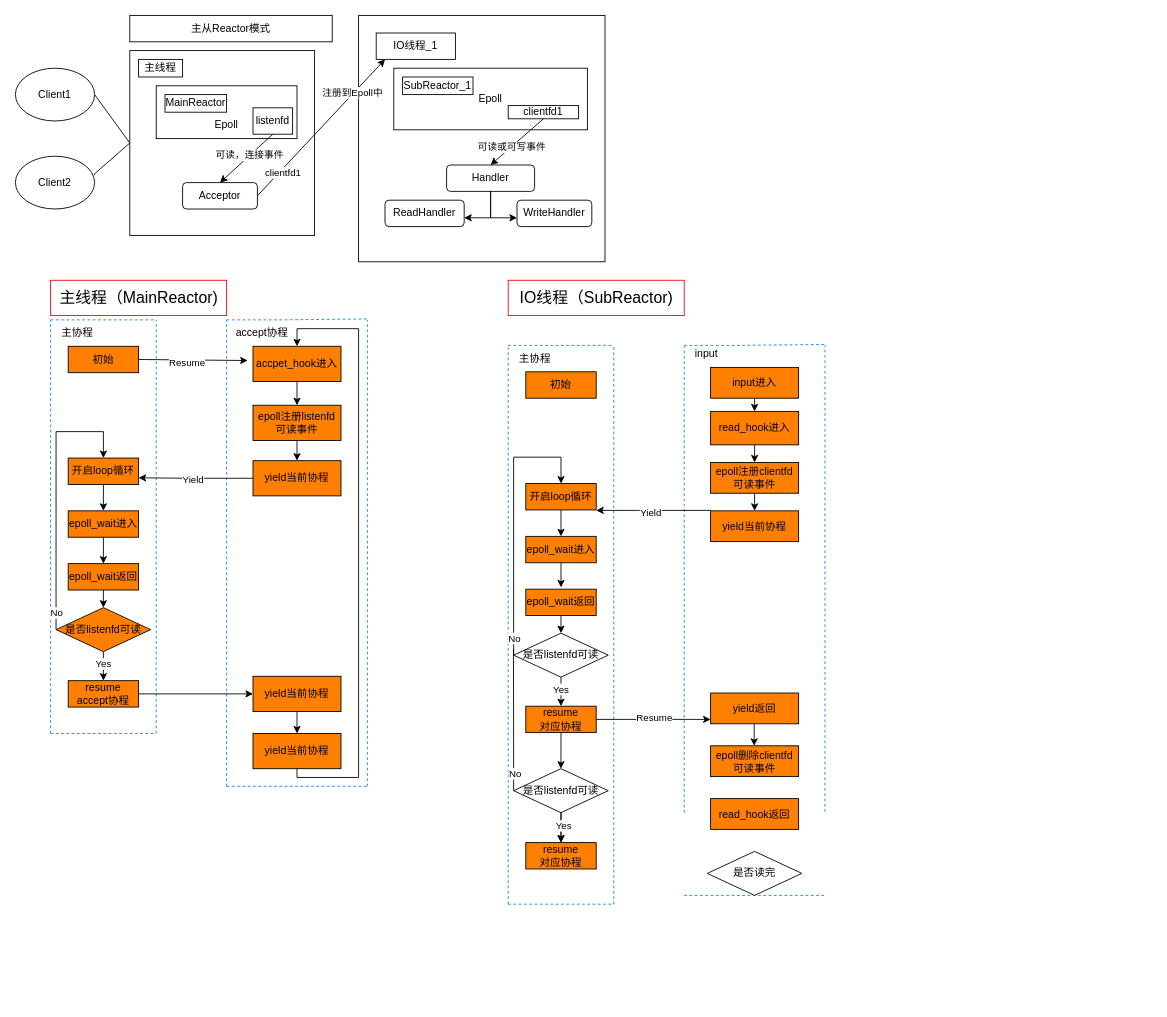
Before: 项目运行截图/未命名绘图.drawio in ykangZhang/Face-recognition, a draw.io diagram. Source tidied: cells renumbered, new cells numbered last; positions are measured from the earlier drawing's top-left corner, leaving out a move shared by most shapes. Both pictures are drawn from the tidied source at 88%, with x=0, y=0 at pixel (15, 15).
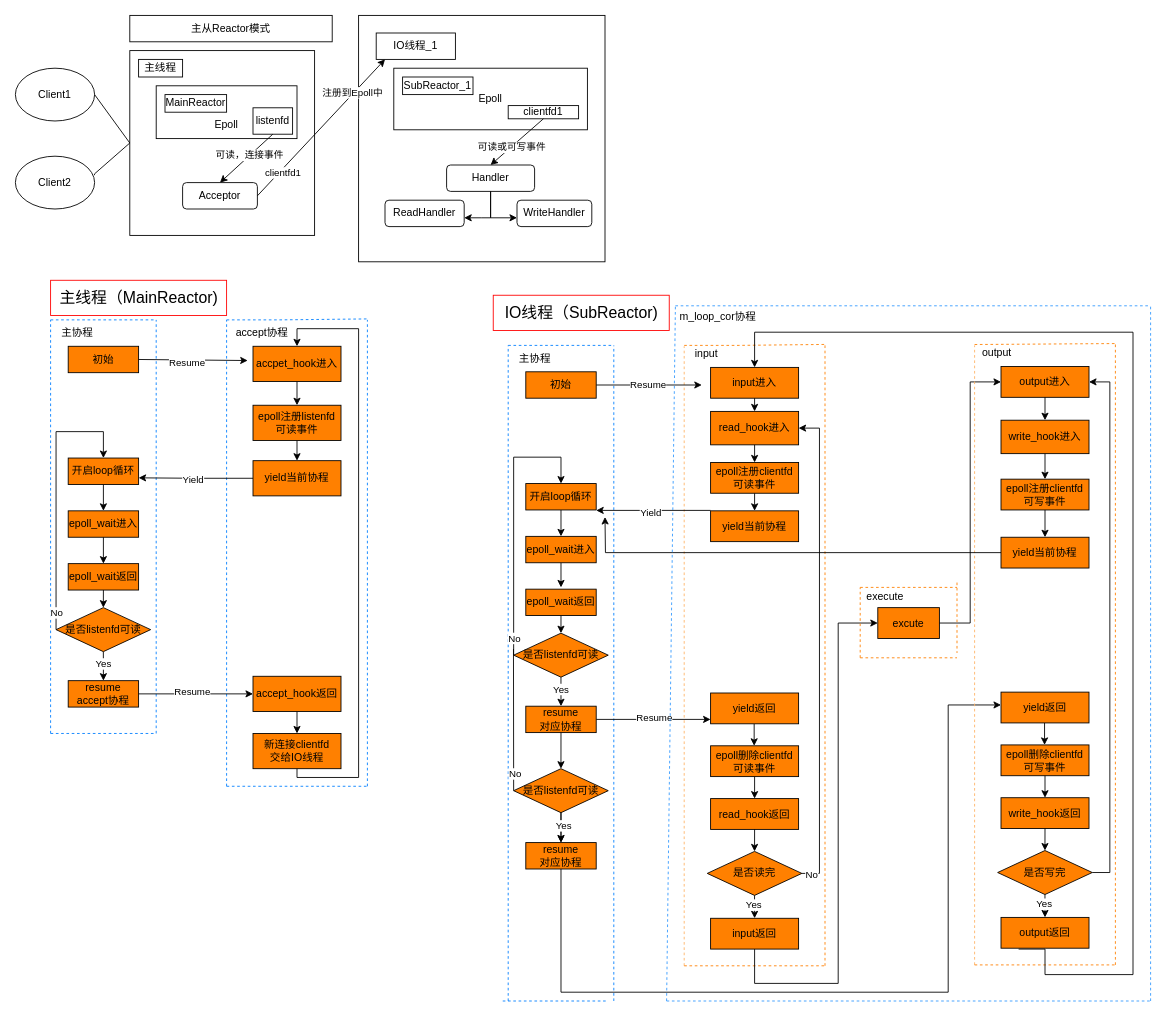
The same page after the edit.

Commit message (it also covers changes not shown here):
更新未命名绘图.drawio

Unchanged cells that the change refers to:
```xml
<mxCell id="59" style="edgeStyle=orthogonalEdgeStyle;rounded=0;jettySize=auto;html=1;exitX=1;exitY=0.5;exitDx=0;exitDy=0;entryX=0;entryY=0.5;entryDx=0;entryDy=0;" parent="1" edge="1" source="60" target="62">
  <mxGeometry relative="1" as="geometry" />
</mxCell>
<mxCell id="75" value="初始" style="rounded=0;whiteSpace=wrap;html=1;fillColor=#FF8000;" parent="1" vertex="1">
  <mxGeometry x="580" y="405" width="80" height="30" as="geometry" />
</mxCell>
<mxCell id="76" value="input进入" style="whiteSpace=wrap;html=1;fillColor=#FF8000;" parent="1" vertex="1">
  <mxGeometry x="790" y="400" width="100" height="35" as="geometry" />
</mxCell>
<mxCell id="104" value="read_hook进入" style="whiteSpace=wrap;html=1;fillColor=#FF8000;" parent="1" vertex="1">
  <mxGeometry x="790" y="450" width="100" height="38" as="geometry" />
</mxCell>
<mxCell id="111" value="epoll删除clientfd&lt;br&gt;可读事件" style="whiteSpace=wrap;html=1;fillColor=#FF8000;" parent="1" vertex="1">
  <mxGeometry x="790" y="830" width="100" height="35" as="geometry" />
</mxCell>
<mxCell id="112" value="read_hook返回" style="whiteSpace=wrap;html=1;fillColor=#FF8000;" parent="1" vertex="1">
  <mxGeometry x="790" y="890" width="100" height="35" as="geometry" />
</mxCell>
```

Change to the diagram source:
```diff
@@
+    <mxCell id="117" value="Resume&lt;br&gt;" style="edgeLabel;html=1;align=center;verticalAlign=middle;" parent="59" vertex="1">
+      <mxGeometry x="-0.08" y="3" relative="1" as="geometry" />
+    </mxCell>
@@
-    <mxCell id="62" value="yield当前协程" style="whiteSpace=wrap;html=1;fillColor=#FF8000;" parent="1" vertex="1">
+    <mxCell id="62" value="accept_hook返回" style="whiteSpace=wrap;html=1;fillColor=#FF8000;" parent="1" vertex="1">
       <mxGeometry x="270" y="751" width="100" height="40" as="geometry" />
     </mxCell>
@@
-    <mxCell id="64" value="yield当前协程" style="whiteSpace=wrap;html=1;fillColor=#FF8000;" parent="1" vertex="1">
+    <mxCell id="64" value="新连接clientfd&lt;br&gt;交给IO线程" style="whiteSpace=wrap;html=1;fillColor=#FF8000;" parent="1" vertex="1">
       <mxGeometry x="270" y="816" width="100" height="40" as="geometry" />
     </mxCell>
@@
     <mxCell id="66" style="endArrow=none;dashed=1;html=1;rounded=0;strokeColor=#007FFF;" parent="1" edge="1">
       <mxGeometry relative="1" as="geometry">
-        <mxPoint x="560" y="1010" as="sourcePoint" />
+        <mxPoint x="560" y="1120" as="sourcePoint" />
         <mxPoint x="560" y="375" as="targetPoint" />
       </mxGeometry>
     </mxCell>
     <mxCell id="67" style="endArrow=none;dashed=1;html=1;rounded=0;strokeColor=#007FFF;" parent="1" edge="1">
       <mxGeometry relative="1" as="geometry">
-        <mxPoint x="560" y="1010" as="sourcePoint" />
-        <mxPoint x="680" y="1010" as="targetPoint" />
+        <mxPoint x="553.8" y="1120" as="sourcePoint" />
+        <mxPoint x="673.8" y="1120" as="targetPoint" />
       </mxGeometry>
     </mxCell>
     <mxCell id="68" style="endArrow=none;dashed=1;html=1;rounded=0;fillColor=#00FFFF;strokeColor=#007FFF;" parent="1" edge="1">
       <mxGeometry relative="1" as="geometry">
-        <mxPoint x="680" y="1010" as="sourcePoint" />
+        <mxPoint x="680" y="1120" as="sourcePoint" />
         <mxPoint x="680" y="375" as="targetPoint" />
       </mxGeometry>
     </mxCell>
@@
-    <mxCell id="70" style="endArrow=none;dashed=1;html=1;rounded=0;strokeColor=#007FFF;" parent="1" edge="1">
+    <mxCell id="70" style="endArrow=none;dashed=1;html=1;rounded=0;strokeColor=#FFB366;" parent="1" edge="1">
       <mxGeometry relative="1" as="geometry">
-        <mxPoint x="760" y="906" as="sourcePoint" />
+        <mxPoint x="760" y="1080" as="sourcePoint" />
         <mxPoint x="760" y="376" as="targetPoint" />
       </mxGeometry>
     </mxCell>
-    <mxCell id="71" style="endArrow=none;dashed=1;html=1;rounded=0;fillColor=#00FFFF;strokeColor=#007FFF;" parent="1" edge="1">
+    <mxCell id="71" style="endArrow=none;dashed=1;html=1;rounded=0;fillColor=#00FFFF;strokeColor=#FF8000;" parent="1" edge="1">
       <mxGeometry relative="1" as="geometry">
-        <mxPoint x="920" y="905" as="sourcePoint" />
+        <mxPoint x="920" y="1080" as="sourcePoint" />
         <mxPoint x="920" y="375" as="targetPoint" />
       </mxGeometry>
     </mxCell>
-    <mxCell id="72" style="endArrow=none;dashed=1;html=1;rounded=0;strokeColor=#007FFF;entryX=0.039;entryY=0.996;entryDx=0;entryDy=0;entryPerimeter=0;" parent="1" edge="1">
+    <mxCell id="72" style="endArrow=none;dashed=1;html=1;rounded=0;strokeColor=#FF8000;entryX=0.039;entryY=0.996;entryDx=0;entryDy=0;entryPerimeter=0;" parent="1" edge="1">
       <mxGeometry relative="1" as="geometry">
         <mxPoint x="760" y="375" as="sourcePoint" />
         <mxPoint x="920.9" y="373.9" as="targetPoint" />
         <Array as="points">
           <mxPoint x="820" y="375" />
         </Array>
       </mxGeometry>
     </mxCell>
-    <mxCell id="73" style="endArrow=none;dashed=1;html=1;rounded=0;strokeColor=#007FFF;" parent="1" edge="1">
+    <mxCell id="73" style="endArrow=none;dashed=1;html=1;rounded=0;strokeColor=#FF8000;" parent="1" edge="1">
       <mxGeometry relative="1" as="geometry">
-        <mxPoint x="760" y="1000" as="sourcePoint" />
-        <mxPoint x="920" y="1000" as="targetPoint" />
+        <mxPoint x="760" y="1080" as="sourcePoint" />
+        <mxPoint x="920" y="1080" as="targetPoint" />
       </mxGeometry>
     </mxCell>
@@
+    <mxCell id="118" style="edgeStyle=orthogonalEdgeStyle;rounded=0;jettySize=auto;html=1;exitX=1;exitY=0.5;exitDx=0;exitDy=0;" parent="1" edge="1" source="75">
+      <mxGeometry relative="1" as="geometry">
+        <mxPoint x="780" y="420" as="targetPoint" />
+      </mxGeometry>
+    </mxCell>
+    <mxCell id="119" value="Resume" style="edgeLabel;html=1;align=center;verticalAlign=middle;" parent="118" vertex="1">
+      <mxGeometry x="-0.03" y="1" relative="1" as="geometry" />
+    </mxCell>
@@
-    <mxCell id="90" value="是否listenfd可读" style="rhombus;whiteSpace=wrap;html=1;" parent="1" vertex="1">
+    <mxCell id="90" value="是否listenfd可读" style="rhombus;whiteSpace=wrap;html=1;fillColor=#FF8000;" parent="1" vertex="1">
       <mxGeometry x="566.2" y="702" width="107.5" height="50" as="geometry" />
     </mxCell>
@@
     <mxCell id="96" value="&lt;font style=&quot;font-size: 18px;&quot;&gt;IO线程（SubReactor)&lt;/font&gt;" style="text;html=1;align=center;verticalAlign=middle;strokeColor=#FF0000;fillColor=none;" parent="1" vertex="1">
-      <mxGeometry x="560" y="301" width="200" height="40" as="geometry" />
+      <mxGeometry x="543" y="318" width="200" height="40" as="geometry" />
     </mxCell>
@@
-    <mxCell id="98" value="是否listenfd可读" style="rhombus;whiteSpace=wrap;html=1;" parent="1" vertex="1">
+    <mxCell id="98" value="是否listenfd可读" style="rhombus;whiteSpace=wrap;html=1;fillColor=#FF8000;" parent="1" vertex="1">
       <mxGeometry x="566.2" y="856" width="107.5" height="50" as="geometry" />
     </mxCell>
@@
+    <mxCell id="120" style="edgeStyle=orthogonalEdgeStyle;rounded=0;orthogonalLoop=1;jettySize=auto;html=1;exitX=0.5;exitY=1;exitDx=0;exitDy=0;entryX=0;entryY=0.75;entryDx=0;entryDy=0;" parent="1" edge="1">
+      <mxGeometry relative="1" as="geometry">
+        <mxPoint x="620" y="958.4" as="sourcePoint" />
+        <mxPoint x="1120" y="783.6" as="targetPoint" />
+        <Array as="points">
+          <mxPoint x="620" y="1110" />
+          <mxPoint x="1060" y="1110" />
+          <mxPoint x="1060" y="784" />
+        </Array>
+      </mxGeometry>
+    </mxCell>
@@
+    <mxCell id="121" style="edgeStyle=orthogonalEdgeStyle;rounded=0;jettySize=auto;html=1;exitX=1;exitY=0.5;exitDx=0;exitDy=0;entryX=1;entryY=0.5;entryDx=0;entryDy=0;" parent="1" edge="1" source="113" target="104">
+      <mxGeometry relative="1" as="geometry" />
+    </mxCell>
+    <mxCell id="122" value="No" style="edgeLabel;html=1;align=center;verticalAlign=middle;" parent="121" vertex="1">
+      <mxGeometry x="-0.96" y="-1" relative="1" as="geometry" />
+    </mxCell>
-    <mxCell id="113" value="是否读完" style="rhombus;whiteSpace=wrap;html=1;" parent="1" vertex="1">
+    <mxCell id="113" value="是否读完" style="rhombus;whiteSpace=wrap;html=1;fillColor=#FF8000;" parent="1" vertex="1">
       <mxGeometry x="786.2" y="950" width="107.5" height="50" as="geometry" />
     </mxCell>
@@
+    <mxCell id="123" style="endArrow=classic;html=1;rounded=0;exitX=0.5;exitY=1;exitDx=0;exitDy=0;entryX=0.5;entryY=0;entryDx=0;entryDy=0;" parent="1" edge="1" source="112" target="113">
+      <mxGeometry relative="1" as="geometry" />
+    </mxCell>
+    <mxCell id="124" style="endArrow=classic;html=1;rounded=0;exitX=0.5;exitY=1;exitDx=0;exitDy=0;entryX=0.5;entryY=0;entryDx=0;entryDy=0;" parent="1" edge="1" source="111" target="112">
+      <mxGeometry relative="1" as="geometry" />
+    </mxCell>
+    <mxCell id="125" style="edgeStyle=orthogonalEdgeStyle;rounded=0;jettySize=auto;html=1;exitX=0.5;exitY=1;exitDx=0;exitDy=0;entryX=0;entryY=0.5;entryDx=0;entryDy=0;" parent="1" edge="1" source="126" target="130">
+      <mxGeometry relative="1" as="geometry">
+        <Array as="points">
+          <mxPoint x="840" y="1100" />
+          <mxPoint x="935" y="1100" />
+          <mxPoint x="935" y="691" />
+        </Array>
+      </mxGeometry>
+    </mxCell>
+    <mxCell id="126" value="input返回" style="whiteSpace=wrap;html=1;fillColor=#FF8000;" parent="1" vertex="1">
+      <mxGeometry x="790" y="1026" width="100" height="35" as="geometry" />
+    </mxCell>
+    <mxCell id="127" style="endArrow=classic;html=1;rounded=0;exitX=0.5;exitY=1;exitDx=0;exitDy=0;entryX=0.5;entryY=0;entryDx=0;entryDy=0;" parent="1" edge="1" source="113" target="126">
+      <mxGeometry relative="1" as="geometry" />
+    </mxCell>
+    <mxCell id="128" value="Yes" style="edgeLabel;html=1;align=center;verticalAlign=middle;" parent="127" vertex="1">
+      <mxGeometry x="-0.23" y="-1" relative="1" as="geometry" />
+    </mxCell>
+    <mxCell id="129" style="edgeStyle=orthogonalEdgeStyle;rounded=0;jettySize=auto;html=1;exitX=1;exitY=0.5;exitDx=0;exitDy=0;entryX=0;entryY=0.5;entryDx=0;entryDy=0;" parent="1" edge="1" source="130" target="140">
+      <mxGeometry relative="1" as="geometry" />
+    </mxCell>
+    <mxCell id="130" value="excute" style="whiteSpace=wrap;html=1;fillColor=#FF8000;" parent="1" vertex="1">
+      <mxGeometry x="980" y="673" width="70" height="35" as="geometry" />
+    </mxCell>
+    <mxCell id="131" style="endArrow=none;dashed=1;html=1;rounded=0;strokeColor=#FF8000;" parent="1" edge="1">
+      <mxGeometry relative="1" as="geometry">
+        <mxPoint x="960" y="730" as="sourcePoint" />
+        <mxPoint x="960" y="650" as="targetPoint" />
+      </mxGeometry>
+    </mxCell>
+    <mxCell id="132" style="endArrow=none;dashed=1;html=1;rounded=0;strokeColor=#FF8000;" parent="1" edge="1">
+      <mxGeometry relative="1" as="geometry">
+        <mxPoint x="960" y="730" as="sourcePoint" />
+        <mxPoint x="1070" y="730" as="targetPoint" />
+      </mxGeometry>
+    </mxCell>
+    <mxCell id="133" style="endArrow=none;dashed=1;html=1;rounded=0;strokeColor=#FF8000;" parent="1" edge="1">
+      <mxGeometry relative="1" as="geometry">
+        <mxPoint x="1070" y="644.5" as="sourcePoint" />
+        <mxPoint x="1070" y="724.5" as="targetPoint" />
+      </mxGeometry>
+    </mxCell>
+    <mxCell id="134" style="endArrow=none;dashed=1;html=1;rounded=0;strokeColor=#FF8000;" parent="1" edge="1">
+      <mxGeometry relative="1" as="geometry">
+        <mxPoint x="960" y="650" as="sourcePoint" />
+        <mxPoint x="1070" y="650" as="targetPoint" />
+      </mxGeometry>
+    </mxCell>
+    <mxCell id="135" value="execute" style="text;html=1;align=center;verticalAlign=middle;strokeColor=none;fillColor=none;" parent="1" vertex="1">
+      <mxGeometry x="953" y="646" width="70" height="30" as="geometry" />
+    </mxCell>
+    <mxCell id="136" style="endArrow=none;dashed=1;html=1;rounded=0;strokeColor=#FFB366;" parent="1" edge="1">
+      <mxGeometry relative="1" as="geometry">
+        <mxPoint x="1090" y="1079" as="sourcePoint" />
+        <mxPoint x="1090" y="375" as="targetPoint" />
+      </mxGeometry>
+    </mxCell>
+    <mxCell id="137" style="endArrow=none;dashed=1;html=1;rounded=0;fillColor=#00FFFF;strokeColor=#FF8000;" parent="1" edge="1">
+      <mxGeometry relative="1" as="geometry">
+        <mxPoint x="1250" y="1079" as="sourcePoint" />
+        <mxPoint x="1250" y="374" as="targetPoint" />
+      </mxGeometry>
+    </mxCell>
+    <mxCell id="138" style="endArrow=none;dashed=1;html=1;rounded=0;strokeColor=#FF8000;entryX=0.039;entryY=0.996;entryDx=0;entryDy=0;entryPerimeter=0;" parent="1" edge="1">
+      <mxGeometry relative="1" as="geometry">
+        <mxPoint x="1090" y="374" as="sourcePoint" />
+        <mxPoint x="1250.9" y="372.9" as="targetPoint" />
+      </mxGeometry>
+    </mxCell>
+    <mxCell id="139" style="endArrow=none;dashed=1;html=1;rounded=0;strokeColor=#FF8000;" parent="1" edge="1">
+      <mxGeometry relative="1" as="geometry">
+        <mxPoint x="1090" y="1079" as="sourcePoint" />
+        <mxPoint x="1250" y="1079" as="targetPoint" />
+      </mxGeometry>
+    </mxCell>
+    <mxCell id="140" value="output进入" style="whiteSpace=wrap;html=1;fillColor=#FF8000;" parent="1" vertex="1">
+      <mxGeometry x="1120" y="399" width="100" height="35" as="geometry" />
+    </mxCell>
+    <mxCell id="141" value="output" style="text;html=1;align=center;verticalAlign=middle;strokeColor=none;fillColor=none;" parent="1" vertex="1">
+      <mxGeometry x="1085" y="369" width="60" height="30" as="geometry" />
+    </mxCell>
+    <mxCell id="142" style="edgeStyle=orthogonalEdgeStyle;rounded=0;orthogonalLoop=1;jettySize=auto;html=1;exitX=0.5;exitY=1;exitDx=0;exitDy=0;entryX=0.5;entryY=0;entryDx=0;entryDy=0;" parent="1" edge="1">
+      <mxGeometry relative="1" as="geometry">
+        <mxPoint x="1169.5" y="804" as="sourcePoint" />
+        <mxPoint x="1169.5" y="829" as="targetPoint" />
+      </mxGeometry>
+    </mxCell>
+    <mxCell id="143" value="write_hook进入" style="whiteSpace=wrap;html=1;fillColor=#FF8000;" parent="1" vertex="1">
+      <mxGeometry x="1120" y="460" width="100" height="38" as="geometry" />
+    </mxCell>
+    <mxCell id="144" value="epoll注册clientfd&lt;br&gt;可写事件" style="whiteSpace=wrap;html=1;fillColor=#FF8000;" parent="1" vertex="1">
+      <mxGeometry x="1120" y="527" width="100" height="35" as="geometry" />
+    </mxCell>
+    <mxCell id="145" style="edgeStyle=orthogonalEdgeStyle;rounded=0;jettySize=auto;html=1;exitX=0;exitY=0.5;exitDx=0;exitDy=0;" parent="1" edge="1" source="146">
+      <mxGeometry relative="1" as="geometry">
+        <mxPoint x="670" y="570" as="targetPoint" />
+      </mxGeometry>
+    </mxCell>
+    <mxCell id="146" value="yield当前协程" style="whiteSpace=wrap;html=1;fillColor=#FF8000;" parent="1" vertex="1">
+      <mxGeometry x="1120" y="593" width="100" height="35" as="geometry" />
+    </mxCell>
+    <mxCell id="147" style="endArrow=classic;html=1;rounded=0;exitX=0.5;exitY=1;exitDx=0;exitDy=0;entryX=0.5;entryY=0;entryDx=0;entryDy=0;" parent="1" edge="1" source="140" target="143">
+      <mxGeometry relative="1" as="geometry" />
+    </mxCell>
+    <mxCell id="148" style="endArrow=classic;html=1;rounded=0;exitX=0.5;exitY=1;exitDx=0;exitDy=0;entryX=0.5;entryY=0;entryDx=0;entryDy=0;" parent="1" edge="1" source="144" target="146">
+      <mxGeometry relative="1" as="geometry" />
+    </mxCell>
+    <mxCell id="149" style="endArrow=classic;html=1;rounded=0;exitX=0.5;exitY=1;exitDx=0;exitDy=0;entryX=0.5;entryY=0;entryDx=0;entryDy=0;" parent="1" edge="1" source="143" target="144">
+      <mxGeometry relative="1" as="geometry" />
+    </mxCell>
+    <mxCell id="150" value="yield返回" style="whiteSpace=wrap;html=1;fillColor=#FF8000;" parent="1" vertex="1">
+      <mxGeometry x="1120" y="769" width="100" height="35" as="geometry" />
+    </mxCell>
+    <mxCell id="151" value="epoll删除clientfd&lt;br&gt;可写事件" style="whiteSpace=wrap;html=1;fillColor=#FF8000;" parent="1" vertex="1">
+      <mxGeometry x="1120" y="829" width="100" height="35" as="geometry" />
+    </mxCell>
+    <mxCell id="152" value="write_hook返回" style="whiteSpace=wrap;html=1;fillColor=#FF8000;" parent="1" vertex="1">
+      <mxGeometry x="1120" y="889" width="100" height="35" as="geometry" />
+    </mxCell>
+    <mxCell id="153" style="edgeStyle=orthogonalEdgeStyle;rounded=0;jettySize=auto;html=1;exitX=1;exitY=0.5;exitDx=0;exitDy=0;entryX=1;entryY=0.5;entryDx=0;entryDy=0;" parent="1" edge="1" source="154" target="140">
+      <mxGeometry relative="1" as="geometry" />
+    </mxCell>
+    <mxCell id="154" value="是否写完" style="rhombus;whiteSpace=wrap;html=1;fillColor=#FF8000;" parent="1" vertex="1">
+      <mxGeometry x="1116.2" y="949" width="107.5" height="50" as="geometry" />
+    </mxCell>
+    <mxCell id="155" style="endArrow=classic;html=1;rounded=0;exitX=0.5;exitY=1;exitDx=0;exitDy=0;entryX=0.5;entryY=0;entryDx=0;entryDy=0;" parent="1" edge="1" source="152" target="154">
+      <mxGeometry relative="1" as="geometry" />
+    </mxCell>
+    <mxCell id="156" style="endArrow=classic;html=1;rounded=0;exitX=0.5;exitY=1;exitDx=0;exitDy=0;entryX=0.5;entryY=0;entryDx=0;entryDy=0;" parent="1" edge="1" source="151" target="152">
+      <mxGeometry relative="1" as="geometry" />
+    </mxCell>
+    <mxCell id="157" style="edgeStyle=orthogonalEdgeStyle;rounded=0;jettySize=auto;html=1;exitX=0.5;exitY=1;exitDx=0;exitDy=0;entryX=0.5;entryY=0;entryDx=0;entryDy=0;" parent="1" edge="1" target="76">
+      <mxGeometry relative="1" as="geometry">
+        <mxPoint x="1140" y="1061" as="sourcePoint" />
+        <Array as="points">
+          <mxPoint x="1170" y="1061" />
+          <mxPoint x="1170" y="1090" />
+          <mxPoint x="1270" y="1090" />
+          <mxPoint x="1270" y="360" />
+          <mxPoint x="840" y="360" />
+        </Array>
+      </mxGeometry>
+    </mxCell>
+    <mxCell id="158" value="output返回" style="whiteSpace=wrap;html=1;fillColor=#FF8000;" parent="1" vertex="1">
+      <mxGeometry x="1120" y="1025" width="100" height="35" as="geometry" />
+    </mxCell>
+    <mxCell id="159" style="endArrow=classic;html=1;rounded=0;exitX=0.5;exitY=1;exitDx=0;exitDy=0;entryX=0.5;entryY=0;entryDx=0;entryDy=0;" parent="1" edge="1" source="154" target="158">
+      <mxGeometry relative="1" as="geometry" />
+    </mxCell>
+    <mxCell id="160" value="Yes" style="edgeLabel;html=1;align=center;verticalAlign=middle;" parent="159" vertex="1">
+      <mxGeometry x="-0.23" y="-1" relative="1" as="geometry" />
+    </mxCell>
+    <mxCell id="161" value="m_loop_cor协程" style="text;html=1;align=center;verticalAlign=middle;strokeColor=none;fillColor=none;" parent="1" vertex="1">
+      <mxGeometry x="743" y="328" width="110" height="30" as="geometry" />
+    </mxCell>
+    <mxCell id="162" style="endArrow=none;dashed=1;html=1;rounded=0;strokeColor=#3399FF;" parent="1" edge="1">
+      <mxGeometry relative="1" as="geometry">
+        <mxPoint x="740" y="1120" as="sourcePoint" />
+        <mxPoint x="750" y="330" as="targetPoint" />
+      </mxGeometry>
+    </mxCell>
+    <mxCell id="163" style="endArrow=none;dashed=1;html=1;rounded=0;strokeColor=#3399FF;" parent="1" edge="1">
+      <mxGeometry relative="1" as="geometry">
+        <mxPoint x="740" y="1120" as="sourcePoint" />
+        <mxPoint x="1290" y="1120" as="targetPoint" />
+      </mxGeometry>
+    </mxCell>
+    <mxCell id="164" style="endArrow=none;dashed=1;html=1;rounded=0;strokeColor=#3399FF;" parent="1" edge="1">
+      <mxGeometry relative="1" as="geometry">
+        <mxPoint x="1290" y="1120" as="sourcePoint" />
+        <mxPoint x="1290" y="330" as="targetPoint" />
+      </mxGeometry>
+    </mxCell>
+    <mxCell id="165" style="endArrow=none;dashed=1;html=1;rounded=0;strokeColor=#3399FF;" parent="1" edge="1">
+      <mxGeometry relative="1" as="geometry">
+        <mxPoint x="750" y="330" as="sourcePoint" />
+        <mxPoint x="1290" y="330" as="targetPoint" />
+      </mxGeometry>
+    </mxCell>
```
